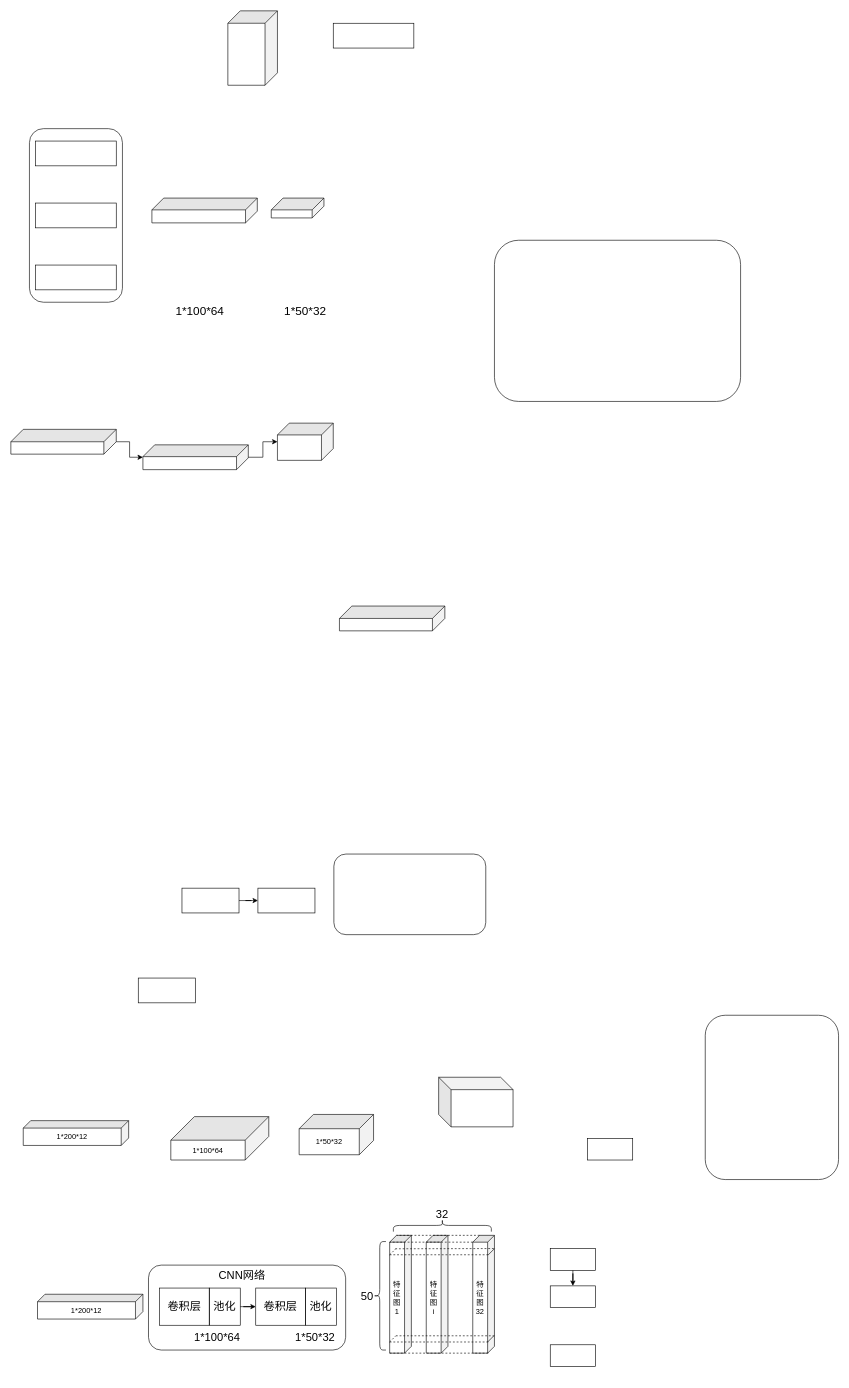
Earlier version of the draw.io diagram CNN-LSTM-HAR.drawio (ByronGe/ff). Source tidied: cells renumbered, new cells numbered last; positions are measured from the earlier drawing's top-left corner, leaving out a move shared by most shapes. Both pictures are drawn from the tidied source at 62%, with x=0, y=0 at pixel (11, 11).
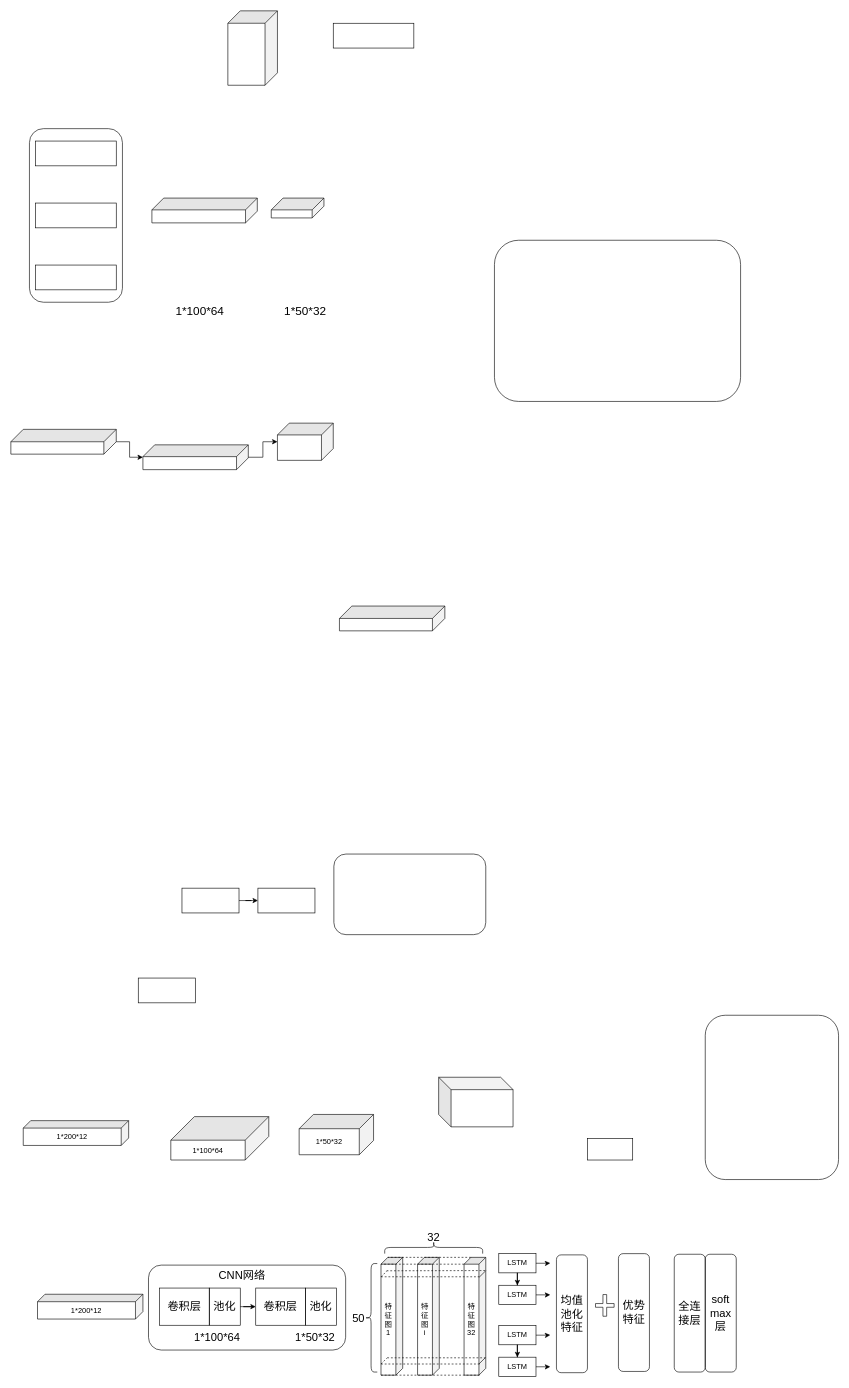
The same diagram, later.

What changed in the source:
```diff
@@
     <mxCell id="19" value="特征图&lt;br&gt;1" style="shape=cube;whiteSpace=wrap;html=1;boundedLbl=1;backgroundOutline=1;darkOpacity=0.05;darkOpacity2=0.1;fillColor=none;direction=south;size=11;" parent="1" vertex="1">
-      <mxGeometry x="611" y="1975" width="35" height="190" as="geometry" />
+      <mxGeometry x="597" y="2010.5" width="35" height="190" as="geometry" />
     </mxCell>
     <mxCell id="20" value="特征图&lt;br&gt;i" style="shape=cube;whiteSpace=wrap;html=1;boundedLbl=1;backgroundOutline=1;darkOpacity=0.05;darkOpacity2=0.1;fillColor=none;direction=south;size=11;fontStyle=0;" parent="1" vertex="1">
-      <mxGeometry x="670" y="1975" width="35" height="190" as="geometry" />
+      <mxGeometry x="656" y="2010.5" width="35" height="190" as="geometry" />
     </mxCell>
     <mxCell id="21" value="特征图&lt;br&gt;32" style="shape=cube;whiteSpace=wrap;html=1;boundedLbl=1;backgroundOutline=1;darkOpacity=0.05;darkOpacity2=0.1;fillColor=none;direction=south;size=11;fontStyle=0;" parent="1" vertex="1">
-      <mxGeometry x="745" y="1975" width="35" height="190" as="geometry" />
+      <mxGeometry x="731" y="2010.5" width="35" height="190" as="geometry" />
     </mxCell>
@@
-    <mxCell id="35" style="edgeStyle=orthogonalEdgeStyle;rounded=0;jettySize=auto;html=1;" parent="1" edge="1" source="36" target="37">
-      <mxGeometry relative="1" as="geometry" />
-    </mxCell>
+    <mxCell id="62" style="edgeStyle=orthogonalEdgeStyle;rounded=0;jettySize=auto;html=1;fontSize=18;" parent="1" edge="1" source="36" target="65">
+      <mxGeometry relative="1" as="geometry" />
+    </mxCell>
+    <mxCell id="63" style="edgeStyle=orthogonalEdgeStyle;rounded=0;jettySize=auto;html=1;fontSize=18;" parent="1" edge="1" source="36">
+      <mxGeometry relative="1" as="geometry">
+        <mxPoint x="870" y="2019.8" as="targetPoint" />
+      </mxGeometry>
+    </mxCell>
-    <mxCell id="36" style="rounded=0;whiteSpace=wrap;html=1;fillColor=none;" parent="1" vertex="1">
-      <mxGeometry x="870" y="1996.5" width="73" height="35" as="geometry" />
+    <mxCell id="36" value="LSTM" style="rounded=0;whiteSpace=wrap;html=1;fillColor=none;" parent="1" vertex="1">
+      <mxGeometry x="787" y="2004.5" width="60" height="31" as="geometry" />
     </mxCell>
-    <mxCell id="37" style="rounded=0;whiteSpace=wrap;html=1;fillColor=none;" parent="1" vertex="1">
-      <mxGeometry x="870" y="2056.5" width="73" height="35" as="geometry" />
-    </mxCell>
-    <mxCell id="38" style="rounded=0;whiteSpace=wrap;html=1;fillColor=none;" parent="1" vertex="1">
-      <mxGeometry x="870" y="2151.5" width="73" height="35" as="geometry" />
-    </mxCell>
+    <mxCell id="64" style="edgeStyle=orthogonalEdgeStyle;rounded=0;jettySize=auto;html=1;fontSize=18;" parent="1" edge="1" source="65">
+      <mxGeometry relative="1" as="geometry">
+        <mxPoint x="870" y="2070.9" as="targetPoint" />
+      </mxGeometry>
+    </mxCell>
+    <mxCell id="65" value="LSTM" style="rounded=0;whiteSpace=wrap;html=1;fillColor=none;" parent="1" vertex="1">
+      <mxGeometry x="787" y="2055.5" width="60" height="31" as="geometry" />
+    </mxCell>
@@
     <mxCell id="47" style="shape=curlyBracket;whiteSpace=wrap;html=1;rounded=1;fillColor=none;fontSize=18;" parent="1" vertex="1">
-      <mxGeometry x="585" y="1985" width="20" height="175" as="geometry" />
+      <mxGeometry x="571" y="2020.5" width="20" height="175" as="geometry" />
     </mxCell>
     <mxCell id="48" value="50" style="text;html=1;align=left;verticalAlign=top;spacingTop=-4;fontSize=18;" parent="1" vertex="1">
-      <mxGeometry x="563" y="2060" width="40" height="20" as="geometry" />
+      <mxGeometry x="549" y="2095.5" width="40" height="20" as="geometry" />
     </mxCell>
     <mxCell id="49" style="shape=curlyBracket;whiteSpace=wrap;html=1;rounded=1;fillColor=none;fontSize=18;direction=south;" parent="1" vertex="1">
-      <mxGeometry x="617" y="1949" width="158" height="20" as="geometry" />
+      <mxGeometry x="603" y="1984.5" width="158" height="20" as="geometry" />
     </mxCell>
     <mxCell id="50" value="32" style="text;html=1;align=left;verticalAlign=top;spacingTop=-4;fontSize=18;" parent="1" vertex="1">
-      <mxGeometry x="684" y="1929" width="40" height="20" as="geometry" />
+      <mxGeometry x="670" y="1964.5" width="40" height="20" as="geometry" />
     </mxCell>
@@
     <mxCell id="53" style="endArrow=none;dashed=1;html=1;fontSize=18;entryX=0.149;entryY=1;entryDx=0;entryDy=0;entryPerimeter=0;exitX=0.149;exitY=0.286;exitDx=0;exitDy=0;exitPerimeter=0;" parent="1" edge="1">
       <mxGeometry relative="1" as="geometry">
-        <mxPoint x="770" y="2006.3" as="sourcePoint" />
-        <mxPoint x="611" y="2006.3" as="targetPoint" />
+        <mxPoint x="756" y="2041.8" as="sourcePoint" />
+        <mxPoint x="597" y="2041.8" as="targetPoint" />
       </mxGeometry>
     </mxCell>
@@
     <mxCell id="55" style="endArrow=none;dashed=1;html=1;fontSize=18;" parent="1" edge="1">
       <mxGeometry relative="1" as="geometry">
-        <mxPoint x="611" y="2147" as="sourcePoint" />
-        <mxPoint x="770" y="2147" as="targetPoint" />
+        <mxPoint x="597" y="2182.5" as="sourcePoint" />
+        <mxPoint x="756" y="2182.5" as="targetPoint" />
       </mxGeometry>
     </mxCell>
     <mxCell id="56" style="endArrow=none;dashed=1;html=1;fontSize=18;" parent="1" edge="1">
       <mxGeometry relative="1" as="geometry">
-        <mxPoint x="611" y="2165" as="sourcePoint" />
-        <mxPoint x="770" y="2165" as="targetPoint" />
+        <mxPoint x="597" y="2200.5" as="sourcePoint" />
+        <mxPoint x="756" y="2200.5" as="targetPoint" />
       </mxGeometry>
     </mxCell>
     <mxCell id="57" style="endArrow=none;dashed=1;html=1;fontSize=18;" parent="1" edge="1">
       <mxGeometry relative="1" as="geometry">
-        <mxPoint x="621" y="2137" as="sourcePoint" />
-        <mxPoint x="780" y="2137" as="targetPoint" />
+        <mxPoint x="607" y="2172.5" as="sourcePoint" />
+        <mxPoint x="766" y="2172.5" as="targetPoint" />
       </mxGeometry>
     </mxCell>
     <mxCell id="58" style="endArrow=none;html=1;fontSize=18;" parent="1" edge="1">
       <mxGeometry relative="1" as="geometry">
-        <mxPoint x="770" y="2006.5" as="sourcePoint" />
-        <mxPoint x="780" y="1996.5" as="targetPoint" />
+        <mxPoint x="756" y="2042" as="sourcePoint" />
+        <mxPoint x="766" y="2032" as="targetPoint" />
       </mxGeometry>
     </mxCell>
     <mxCell id="59" style="endArrow=none;dashed=1;html=1;fontSize=18;" parent="1" edge="1">
       <mxGeometry relative="1" as="geometry">
-        <mxPoint x="611" y="2006.5" as="sourcePoint" />
-        <mxPoint x="621" y="1996.5" as="targetPoint" />
+        <mxPoint x="597" y="2042" as="sourcePoint" />
+        <mxPoint x="607" y="2032" as="targetPoint" />
       </mxGeometry>
     </mxCell>
     <mxCell id="60" style="endArrow=none;dashed=1;html=1;fontSize=18;" parent="1" edge="1">
       <mxGeometry relative="1" as="geometry">
-        <mxPoint x="611" y="2147" as="sourcePoint" />
-        <mxPoint x="621" y="2137" as="targetPoint" />
+        <mxPoint x="597" y="2182.5" as="sourcePoint" />
+        <mxPoint x="607" y="2172.5" as="targetPoint" />
       </mxGeometry>
     </mxCell>
     <mxCell id="61" style="endArrow=none;html=1;fontSize=18;" parent="1" edge="1">
       <mxGeometry relative="1" as="geometry">
-        <mxPoint x="769" y="2147" as="sourcePoint" />
-        <mxPoint x="779" y="2137" as="targetPoint" />
+        <mxPoint x="755" y="2182.5" as="sourcePoint" />
+        <mxPoint x="765" y="2172.5" as="targetPoint" />
       </mxGeometry>
     </mxCell>
+    <mxCell id="66" style="edgeStyle=orthogonalEdgeStyle;rounded=0;jettySize=auto;html=1;fontSize=18;" parent="1" edge="1" source="68" target="70">
+      <mxGeometry relative="1" as="geometry" />
+    </mxCell>
+    <mxCell id="67" style="edgeStyle=orthogonalEdgeStyle;rounded=0;jettySize=auto;html=1;fontSize=18;" parent="1" edge="1" source="68">
+      <mxGeometry relative="1" as="geometry">
+        <mxPoint x="870" y="2135.8" as="targetPoint" />
+      </mxGeometry>
+    </mxCell>
+    <mxCell id="68" value="LSTM" style="rounded=0;whiteSpace=wrap;html=1;fillColor=none;" parent="1" vertex="1">
+      <mxGeometry x="787" y="2120.5" width="60" height="31" as="geometry" />
+    </mxCell>
+    <mxCell id="69" style="edgeStyle=orthogonalEdgeStyle;rounded=0;jettySize=auto;html=1;fontSize=18;" parent="1" edge="1" source="70">
+      <mxGeometry relative="1" as="geometry">
+        <mxPoint x="870" y="2186.9" as="targetPoint" />
+      </mxGeometry>
+    </mxCell>
+    <mxCell id="70" value="LSTM" style="rounded=0;whiteSpace=wrap;html=1;fillColor=none;" parent="1" vertex="1">
+      <mxGeometry x="787" y="2171.5" width="60" height="31" as="geometry" />
+    </mxCell>
+    <mxCell id="71" value="均值池化特征" style="rounded=1;whiteSpace=wrap;html=1;fillColor=none;fontSize=18;" parent="1" vertex="1">
+      <mxGeometry x="880" y="2006.5" width="50" height="190" as="geometry" />
+    </mxCell>
+    <mxCell id="72" style="shape=cross;whiteSpace=wrap;html=1;fillColor=none;fontSize=18;" parent="1" vertex="1">
+      <mxGeometry x="943" y="2070.5" width="30" height="35" as="geometry" />
+    </mxCell>
+    <mxCell id="73" value="优势特征" style="rounded=1;whiteSpace=wrap;html=1;fillColor=none;fontSize=18;" parent="1" vertex="1">
+      <mxGeometry x="980" y="2004.5" width="50" height="190" as="geometry" />
+    </mxCell>
+    <mxCell id="74" value="全连接层" style="rounded=1;whiteSpace=wrap;html=1;fillColor=none;fontSize=18;" parent="1" vertex="1">
+      <mxGeometry x="1070" y="2005.5" width="50" height="190" as="geometry" />
+    </mxCell>
+    <mxCell id="75" value="soft&lt;br&gt;max&lt;br&gt;层" style="rounded=1;whiteSpace=wrap;html=1;fillColor=none;fontSize=18;" parent="1" vertex="1">
+      <mxGeometry x="1120" y="2005.5" width="50" height="190" as="geometry" />
+    </mxCell>
```
